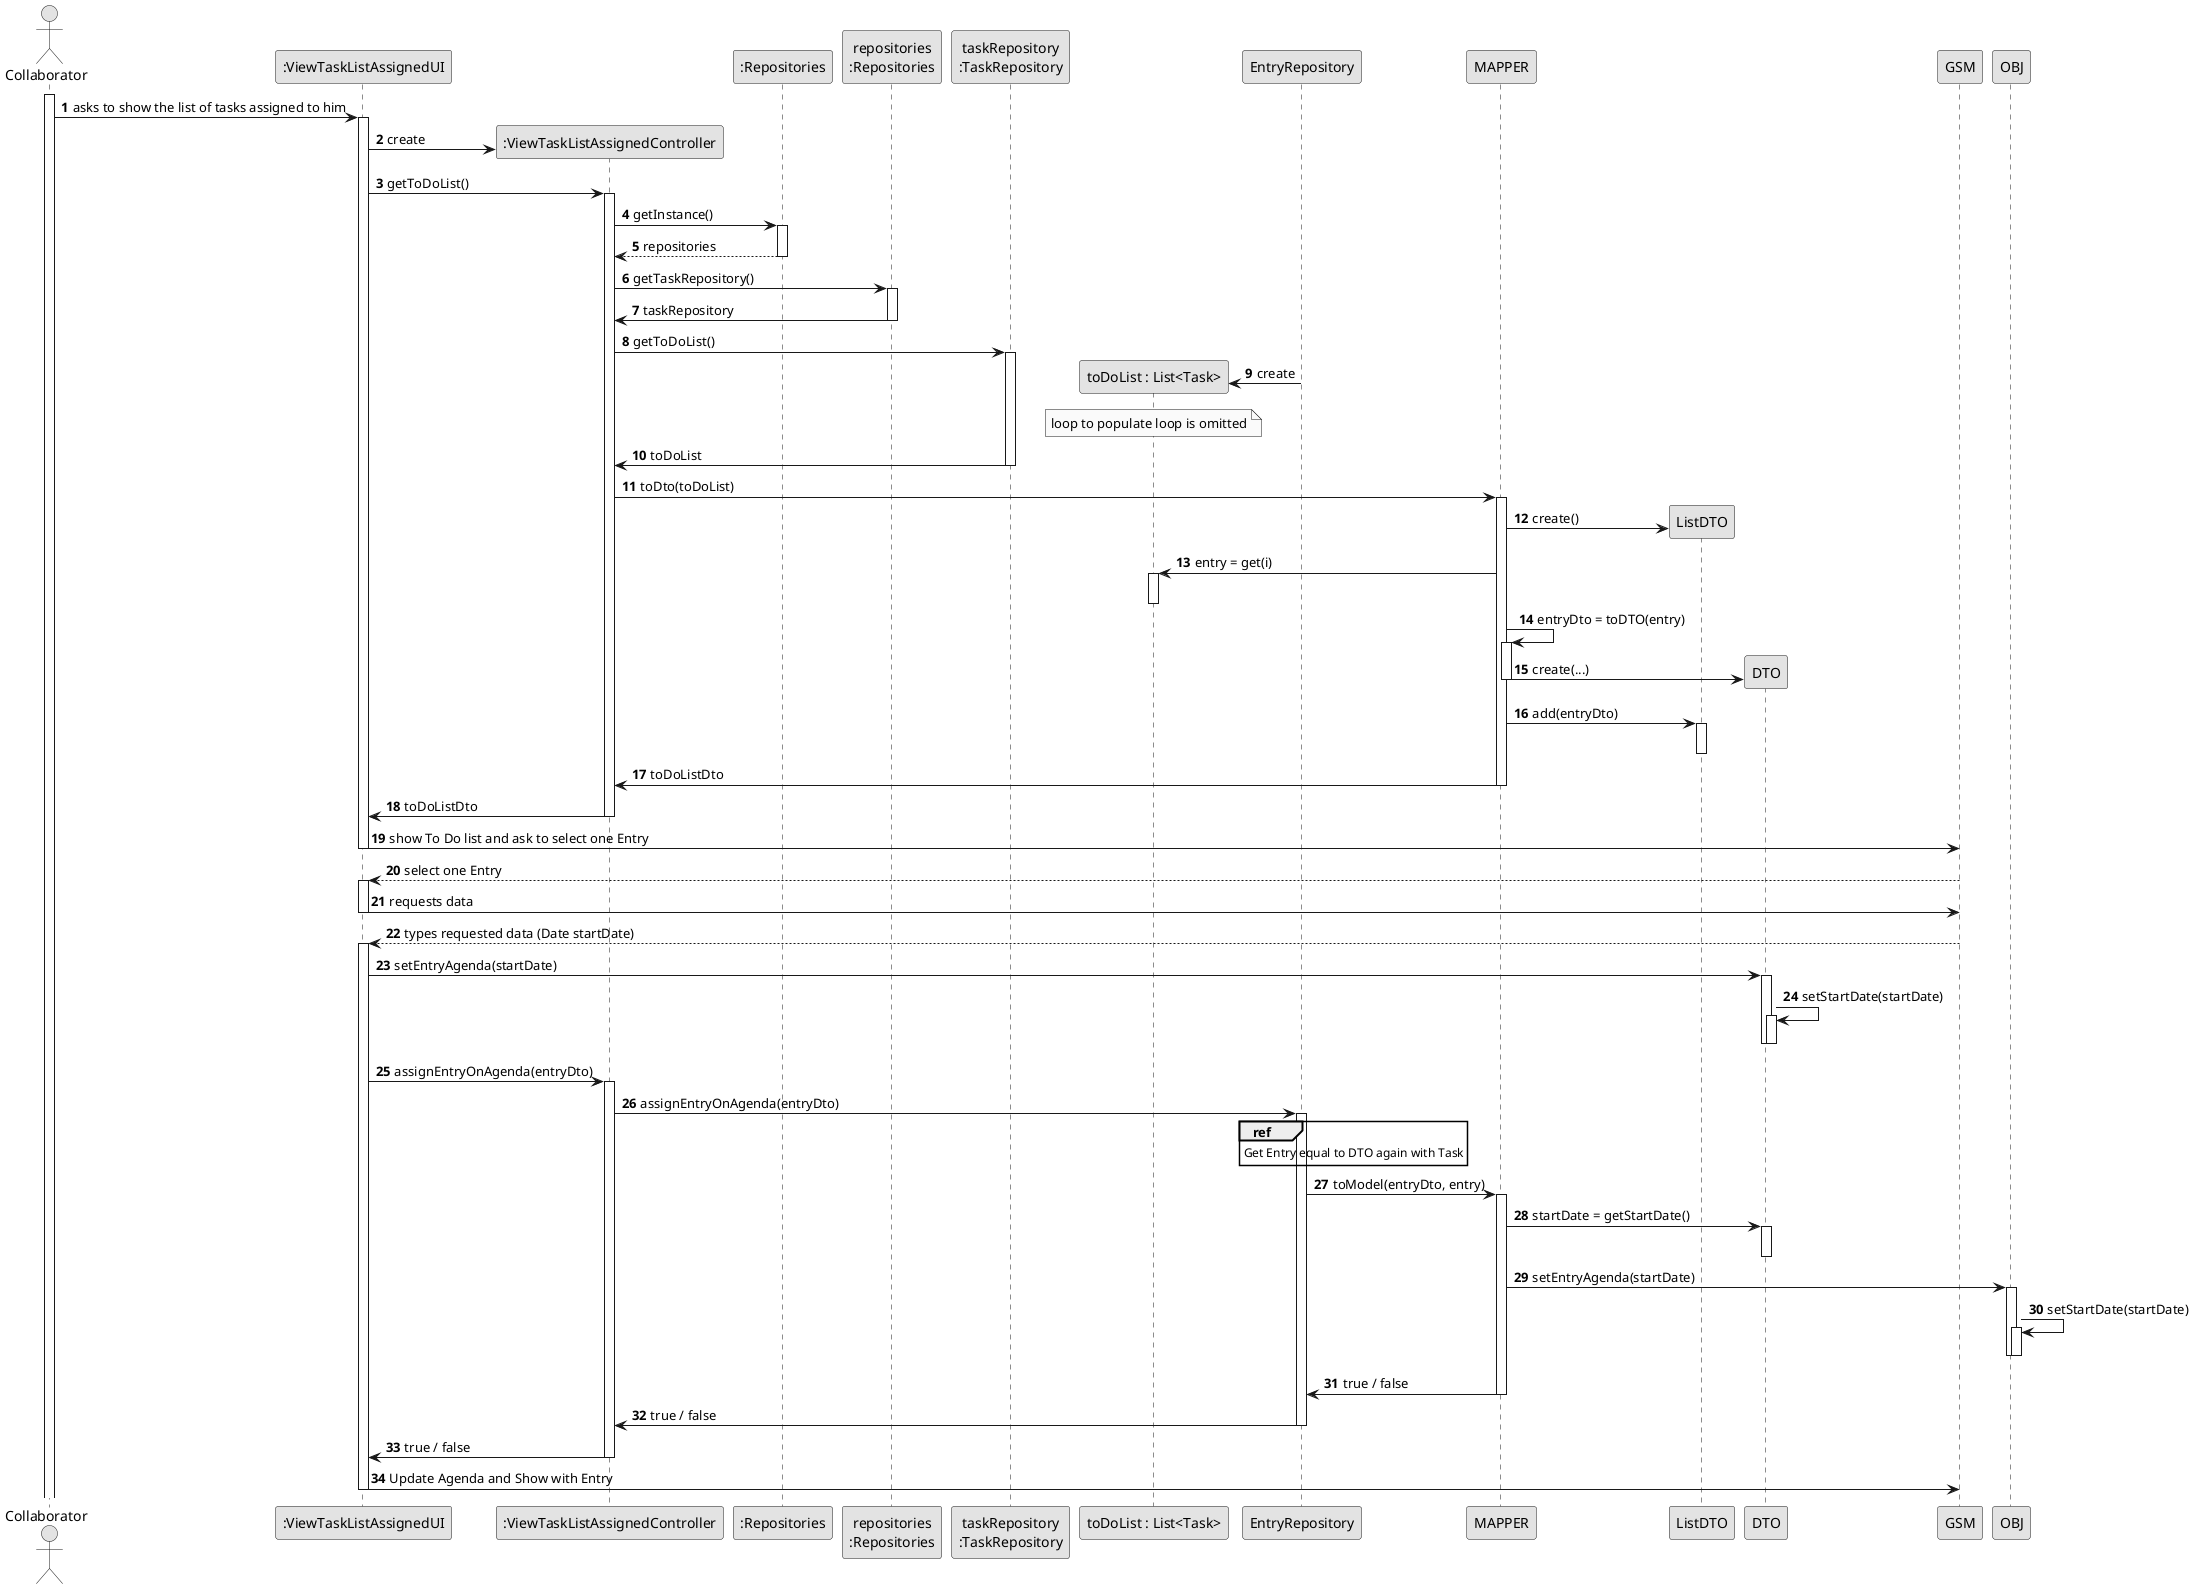
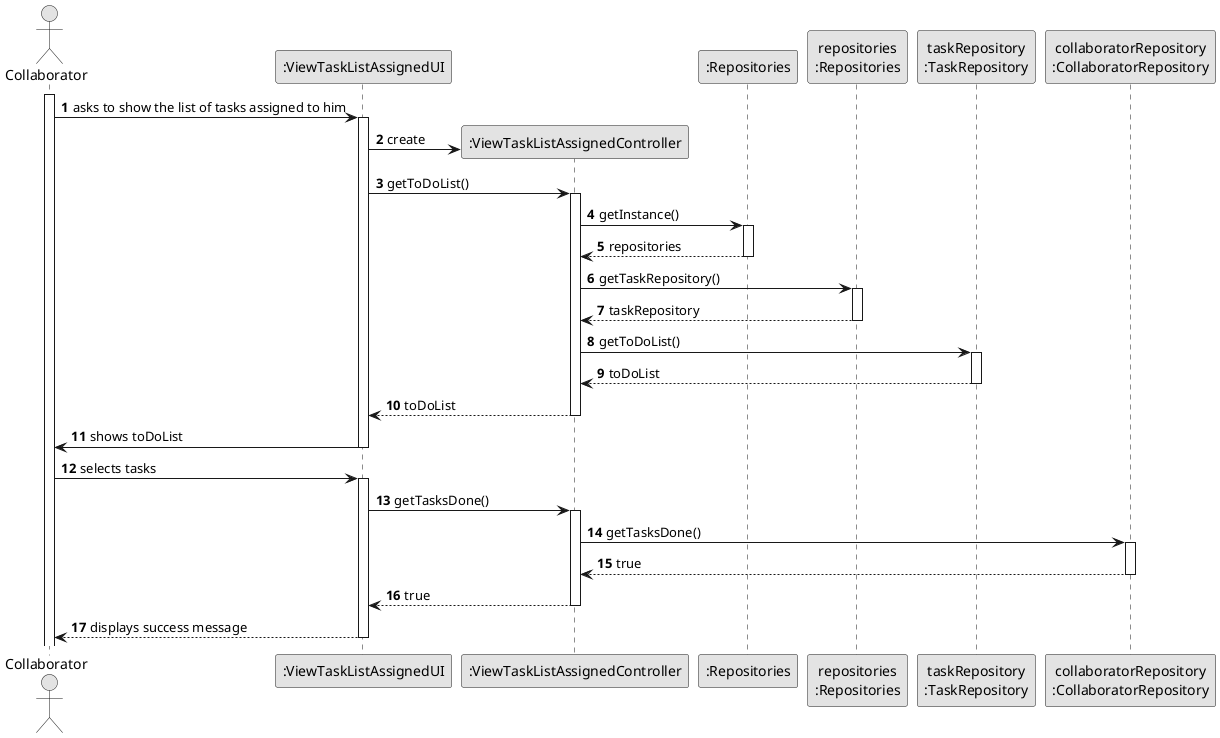
@startuml
skinparam monochrome true
skinparam packageStyle rectangle
skinparam shadowing false

autonumber

'hide footbox
actor "Collaborator" as Collaborator
participant ":ViewTaskListAssignedUI" as UI
participant ":ViewTaskListAssignedController" as CTRL
participant ":Repositories" as RepositorySingleton
participant "repositories\n:Repositories" as PLAT
participant "taskRepository\n:TaskRepository" as TaskRepository
- participant "toDoList : List<Task>" as List
+ participant "collaboratorRepository\n:CollaboratorRepository" as CollaboratorRepository
+ 


activate Collaborator

        Collaborator -> UI : asks to show the list of tasks assigned to him

        activate UI

- '            UI --> GSM : requests data (reference, description,  informal \n description, technical description, duration, cost)
-             'create CTRL
            UI -> CTRL** : create

            UI -> CTRL : getToDoList()
            activate CTRL

             CTRL -> RepositorySingleton : getInstance()
                                        activate RepositorySingleton

                                            RepositorySingleton --> CTRL: repositories
                                        deactivate RepositorySingleton

                                        CTRL -> PLAT : getTaskRepository()
                                        activate PLAT

-                                         PLAT -> CTRL : taskRepository
+                                         PLAT --> CTRL : taskRepository
                                        deactivate PLAT

                                        CTRL -> TaskRepository : getToDoList()
                                        activate TaskRepository

+                                         TaskRepository --> CTRL : toDoList
+                                         deactivate TaskRepository

+                                         CTRL --> UI : toDoList
+                                         deactivate CTRL

-                                         EntryRepository -> List** : create
+                                         UI -> Collaborator : shows toDoList
+                                         deactivate UI

-                                         note over List : loop to populate loop is omitted
+                                         Collaborator -> UI : selects tasks
+                                         activate UI
+ 
+                                         UI -> CTRL : getTasksDone()
+                                         activate CTRL
+ 
+                                         CTRL -> CollaboratorRepository : getTasksDone()
+                                         activate CollaboratorRepository
+ 
+                                         CollaboratorRepository --> CTRL : true
+                                         deactivate CollaboratorRepository
+                                         CTRL --> UI : true
+                                         deactivate CTRL
+                                         UI --> Collaborator : displays success message
+                                         deactivate UI



-                                        TaskRepository -> CTRL : toDoList
-                                         deactivate TaskRepository
- 
-                                         CTRL -> MAPPER : toDto(toDoList)
-                                         activate MAPPER
- 
-                                         MAPPER -> ListDTO** : create()
- 
-                                         MAPPER -> List : entry = get(i)
-                                         activate List
-                                         deactivate List
- 
-                                         MAPPER -> MAPPER : entryDto = toDTO(entry)
-                                         activate MAPPER
- 
-                                         MAPPER -> DTO**  : create(...)
-                                         deactivate MAPPER
- 
-                                         MAPPER -> ListDTO : add(entryDto)
-                                         activate ListDTO
-                                         deactivate ListDTO
- 
-                                         MAPPER -> CTRL : toDoListDto
-                                         deactivate MAPPER
- 
-             CTRL -> UI : toDoListDto
-             deactivate CTRL
- 
-             UI -> GSM : show To Do list and ask to select one Entry
-             deactivate UI
- 
-             GSM --> UI : select one Entry
-             activate UI
- 
-             UI -> GSM : requests data
-             deactivate UI
- 
-             GSM --> UI : types requested data (Date startDate)
-             activate UI
- 
-             UI -> DTO : setEntryAgenda(startDate)
-             activate DTO
-             DTO -> DTO : setStartDate(startDate)
-             activate DTO
-             deactivate DTO
- 
-             deactivate DTO


-             UI -> CTRL : assignEntryOnAgenda(entryDto)
-             activate CTRL
- 
-             CTRL -> EntryRepository : assignEntryOnAgenda(entryDto)
-             activate EntryRepository
- 
-             ref over EntryRepository: Get Entry equal to DTO again with Task
- 
-             EntryRepository -> MAPPER : toModel(entryDto, entry)
-             activate MAPPER
- 
-             MAPPER -> DTO : startDate = getStartDate()
-             activate DTO
-             deactivate DTO


-             MAPPER -> OBJ : setEntryAgenda(startDate)
-             activate OBJ
-             OBJ -> OBJ : setStartDate(startDate)
-             activate OBJ
-             deactivate OBJ
- 
-             deactivate OBJ


-             MAPPER -> EntryRepository : true / false
-             deactivate MAPPER

-             EntryRepository -> CTRL : true / false
-             deactivate EntryRepository

-             CTRL -> UI : true / false
-             deactivate CTRL

-     UI -> GSM : Update Agenda and Show with Entry
-     deactivate UI

- deactivate GSM
+ 
+ 
+ 
+ 
+ 
+ 
+ 

@enduml